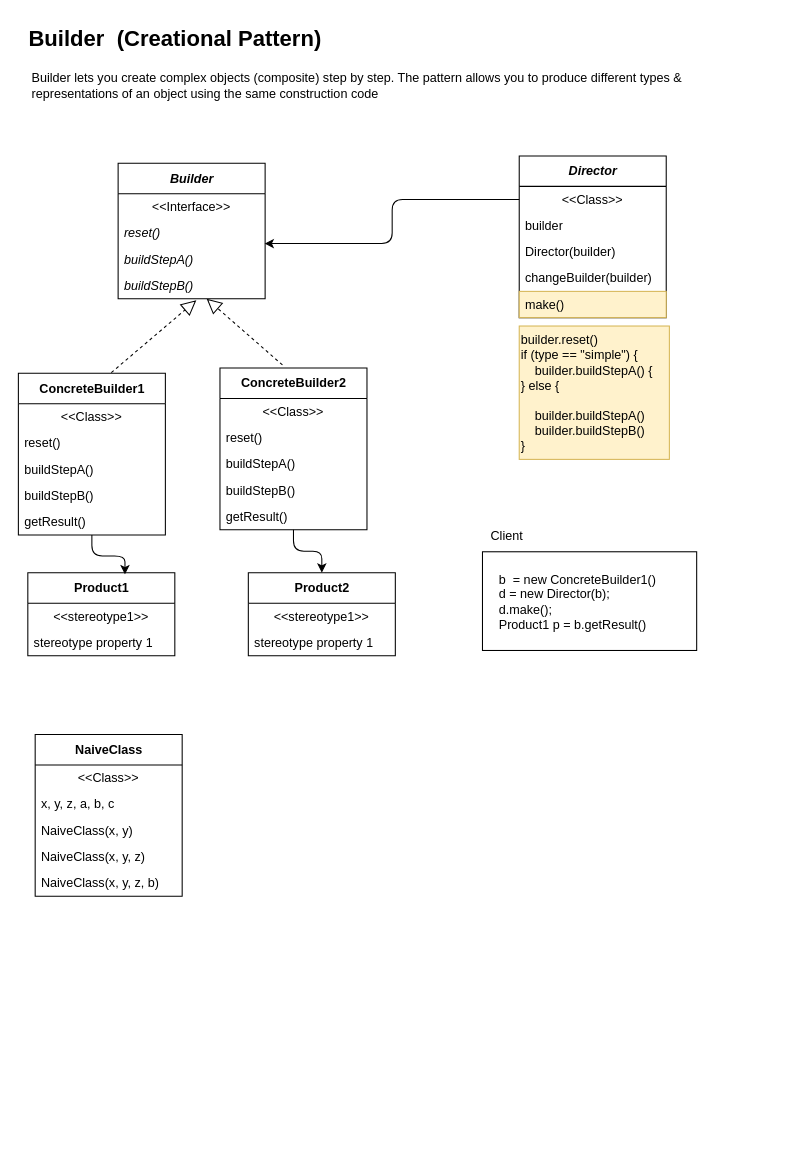
Above: page "Builder" (11 of 11) of design-patterns.drawio in p-killer/Boa-Design-Pattern (draw.io), before the change. Source tidied: cells renumbered, new cells numbered last; positions are measured from the earlier drawing's top-left corner, leaving out a move shared by most shapes. Both pictures are drawn from the tidied source at 105%, with x=0, y=0 at pixel (18, 18).
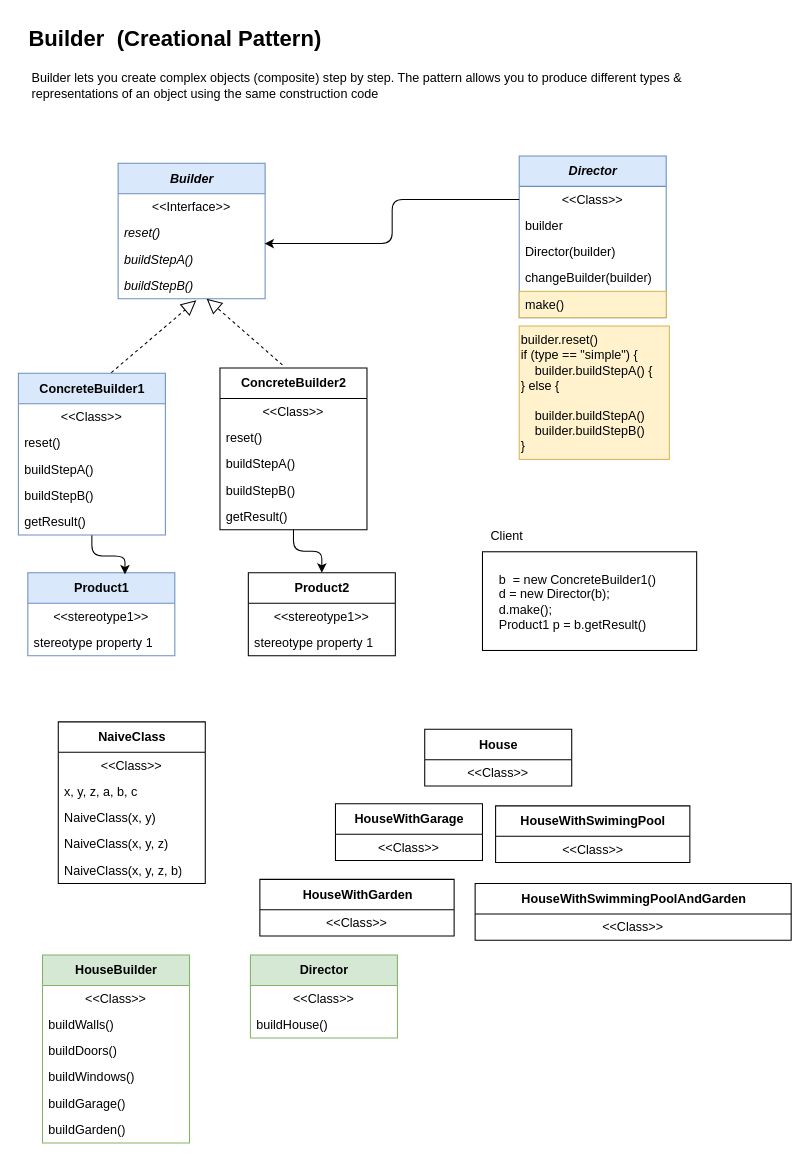
After the change.

Commit message (it also covers changes not shown here):
Builder exercise given !

The edit, as a diff of the source:
```diff
@@
-    <mxCell id="4" value="Product1" style="swimlane;fontStyle=1;align=center;verticalAlign=middle;horizontal=1;startSize=29;html=1;" parent="1" vertex="1">
+    <mxCell id="4" value="Product1" style="swimlane;fontStyle=1;align=center;verticalAlign=middle;horizontal=1;startSize=29;html=1;fillColor=#dae8fc;strokeColor=#6c8ebf;" parent="1" vertex="1">
       <mxGeometry x="9" y="528" width="140" height="79" as="geometry" />
     </mxCell>
@@
-    <mxCell id="10" value="Builder" style="swimlane;fontStyle=3;align=center;verticalAlign=middle;horizontal=1;startSize=29;html=1;" parent="1" vertex="1">
+    <mxCell id="10" value="Builder" style="swimlane;fontStyle=3;align=center;verticalAlign=middle;horizontal=1;startSize=29;html=1;fillColor=#dae8fc;strokeColor=#6c8ebf;" parent="1" vertex="1">
       <mxGeometry x="95" y="138" width="140" height="129" as="geometry" />
     </mxCell>
@@
-    <mxCell id="16" value="ConcreteBuilder1" style="swimlane;fontStyle=1;align=center;verticalAlign=middle;horizontal=1;startSize=29;html=1;" parent="1" vertex="1">
+    <mxCell id="16" value="ConcreteBuilder1" style="swimlane;fontStyle=1;align=center;verticalAlign=middle;horizontal=1;startSize=29;html=1;fillColor=#dae8fc;strokeColor=#6c8ebf;" parent="1" vertex="1">
       <mxGeometry y="338" width="140" height="154" as="geometry" />
     </mxCell>
@@
-    <mxCell id="31" value="Director" style="swimlane;fontStyle=3;align=center;verticalAlign=middle;horizontal=1;startSize=29;html=1;" parent="1" vertex="1">
+    <mxCell id="31" value="Director" style="swimlane;fontStyle=3;align=center;verticalAlign=middle;horizontal=1;startSize=29;html=1;fillColor=#dae8fc;strokeColor=#6c8ebf;" parent="1" vertex="1">
       <mxGeometry x="477" y="131" width="140" height="154" as="geometry" />
     </mxCell>
@@
     <mxCell id="42" value="NaiveClass" style="swimlane;fontStyle=1;align=center;verticalAlign=middle;horizontal=1;startSize=29;html=1;" parent="1" vertex="1">
-      <mxGeometry x="16" y="682" width="140" height="154" as="geometry" />
+      <mxGeometry x="38" y="670" width="140" height="154" as="geometry" />
     </mxCell>
@@
+    <mxCell id="48" value="House" style="swimlane;fontStyle=1;align=center;verticalAlign=middle;horizontal=1;startSize=29;html=1;" parent="1" vertex="1">
+      <mxGeometry x="387" y="677" width="140" height="54" as="geometry" />
+    </mxCell>
+    <mxCell id="49" value="&amp;lt;&amp;lt;Class&amp;gt;&amp;gt;" style="text;html=1;strokeColor=none;fillColor=none;align=center;verticalAlign=middle;spacingLeft=4;spacingRight=4;overflow=hidden;" parent="48" vertex="1">
+      <mxGeometry y="29" width="140" height="25" as="geometry" />
+    </mxCell>
+    <mxCell id="50" value="HouseWithGarage" style="swimlane;fontStyle=1;align=center;verticalAlign=middle;horizontal=1;startSize=29;html=1;" parent="1" vertex="1">
+      <mxGeometry x="302" y="748" width="140" height="54" as="geometry" />
+    </mxCell>
+    <mxCell id="51" value="&amp;lt;&amp;lt;Class&amp;gt;&amp;gt;" style="text;html=1;strokeColor=none;fillColor=none;align=center;verticalAlign=middle;spacingLeft=4;spacingRight=4;overflow=hidden;" parent="50" vertex="1">
+      <mxGeometry y="29" width="140" height="25" as="geometry" />
+    </mxCell>
+    <mxCell id="52" value="HouseWithSwimingPool" style="swimlane;fontStyle=1;align=center;verticalAlign=middle;horizontal=1;startSize=29;html=1;" parent="1" vertex="1">
+      <mxGeometry x="454.5" y="750" width="185" height="54" as="geometry" />
+    </mxCell>
+    <mxCell id="53" value="&amp;lt;&amp;lt;Class&amp;gt;&amp;gt;" style="text;html=1;strokeColor=none;fillColor=none;align=center;verticalAlign=middle;spacingLeft=4;spacingRight=4;overflow=hidden;" parent="52" vertex="1">
+      <mxGeometry y="29" width="185" height="25" as="geometry" />
+    </mxCell>
+    <mxCell id="54" value="HouseWithGarden" style="swimlane;fontStyle=1;align=center;verticalAlign=middle;horizontal=1;startSize=29;html=1;" parent="1" vertex="1">
+      <mxGeometry x="230" y="820" width="185" height="54" as="geometry" />
+    </mxCell>
+    <mxCell id="55" value="&amp;lt;&amp;lt;Class&amp;gt;&amp;gt;" style="text;html=1;strokeColor=none;fillColor=none;align=center;verticalAlign=middle;spacingLeft=4;spacingRight=4;overflow=hidden;" parent="54" vertex="1">
+      <mxGeometry y="29" width="185" height="25" as="geometry" />
+    </mxCell>
+    <mxCell id="56" value="HouseWithSwimmingPoolAndGarden" style="swimlane;fontStyle=1;align=center;verticalAlign=middle;horizontal=1;startSize=29;html=1;" parent="1" vertex="1">
+      <mxGeometry x="435" y="824" width="301" height="54" as="geometry" />
+    </mxCell>
+    <mxCell id="57" value="&amp;lt;&amp;lt;Class&amp;gt;&amp;gt;" style="text;html=1;strokeColor=none;fillColor=none;align=center;verticalAlign=middle;spacingLeft=4;spacingRight=4;overflow=hidden;" parent="56" vertex="1">
+      <mxGeometry y="29" width="301" height="25" as="geometry" />
+    </mxCell>
+    <mxCell id="58" value="HouseBuilder" style="swimlane;fontStyle=1;align=center;verticalAlign=middle;horizontal=1;startSize=29;html=1;fillColor=#d5e8d4;strokeColor=#82b366;" parent="1" vertex="1">
+      <mxGeometry x="23" y="892" width="140" height="179" as="geometry" />
+    </mxCell>
+    <mxCell id="59" value="&amp;lt;&amp;lt;Class&amp;gt;&amp;gt;" style="text;html=1;strokeColor=none;fillColor=none;align=center;verticalAlign=middle;spacingLeft=4;spacingRight=4;overflow=hidden;" parent="58" vertex="1">
+      <mxGeometry y="29" width="140" height="25" as="geometry" />
+    </mxCell>
+    <mxCell id="60" value="buildWalls()" style="text;html=1;strokeColor=none;fillColor=none;align=left;verticalAlign=middle;spacingLeft=4;spacingRight=4;overflow=hidden;" parent="58" vertex="1">
+      <mxGeometry y="54" width="140" height="25" as="geometry" />
+    </mxCell>
+    <mxCell id="61" value="buildDoors()" style="text;html=1;strokeColor=none;fillColor=none;align=left;verticalAlign=middle;spacingLeft=4;spacingRight=4;overflow=hidden;" parent="58" vertex="1">
+      <mxGeometry y="79" width="140" height="25" as="geometry" />
+    </mxCell>
+    <mxCell id="62" value="buildWindows()" style="text;html=1;strokeColor=none;fillColor=none;align=left;verticalAlign=middle;spacingLeft=4;spacingRight=4;overflow=hidden;" parent="58" vertex="1">
+      <mxGeometry y="104" width="140" height="25" as="geometry" />
+    </mxCell>
+    <mxCell id="63" value="buildGarage()" style="text;html=1;strokeColor=none;fillColor=none;align=left;verticalAlign=middle;spacingLeft=4;spacingRight=4;overflow=hidden;" parent="58" vertex="1">
+      <mxGeometry y="129" width="140" height="25" as="geometry" />
+    </mxCell>
+    <mxCell id="64" value="buildGarden()" style="text;html=1;strokeColor=none;fillColor=none;align=left;verticalAlign=middle;spacingLeft=4;spacingRight=4;overflow=hidden;" parent="58" vertex="1">
+      <mxGeometry y="154" width="140" height="25" as="geometry" />
+    </mxCell>
+    <mxCell id="65" value="Director" style="swimlane;fontStyle=1;align=center;verticalAlign=middle;horizontal=1;startSize=29;html=1;fillColor=#d5e8d4;strokeColor=#82b366;" parent="1" vertex="1">
+      <mxGeometry x="221" y="892" width="140" height="79" as="geometry" />
+    </mxCell>
+    <mxCell id="66" value="&amp;lt;&amp;lt;Class&amp;gt;&amp;gt;" style="text;html=1;strokeColor=none;fillColor=none;align=center;verticalAlign=middle;spacingLeft=4;spacingRight=4;overflow=hidden;" parent="65" vertex="1">
+      <mxGeometry y="29" width="140" height="25" as="geometry" />
+    </mxCell>
+    <mxCell id="67" value="buildHouse()" style="text;html=1;strokeColor=none;fillColor=none;align=left;verticalAlign=middle;spacingLeft=4;spacingRight=4;overflow=hidden;" parent="65" vertex="1">
+      <mxGeometry y="54" width="140" height="25" as="geometry" />
+    </mxCell>
```
